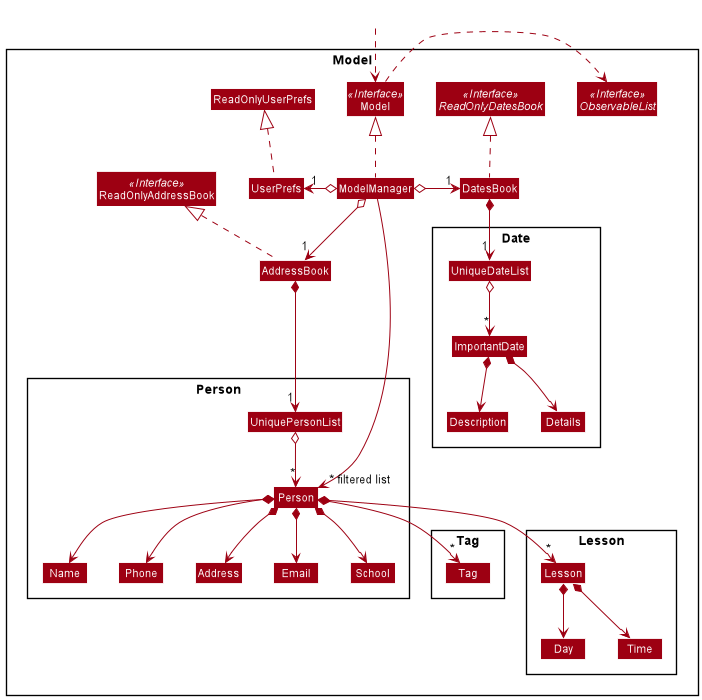
nus-cs2103-AY2021S2/tp keeps this PlantUML diagram as docs/images/ModelClassDiagram.png. Above is the earlier version.
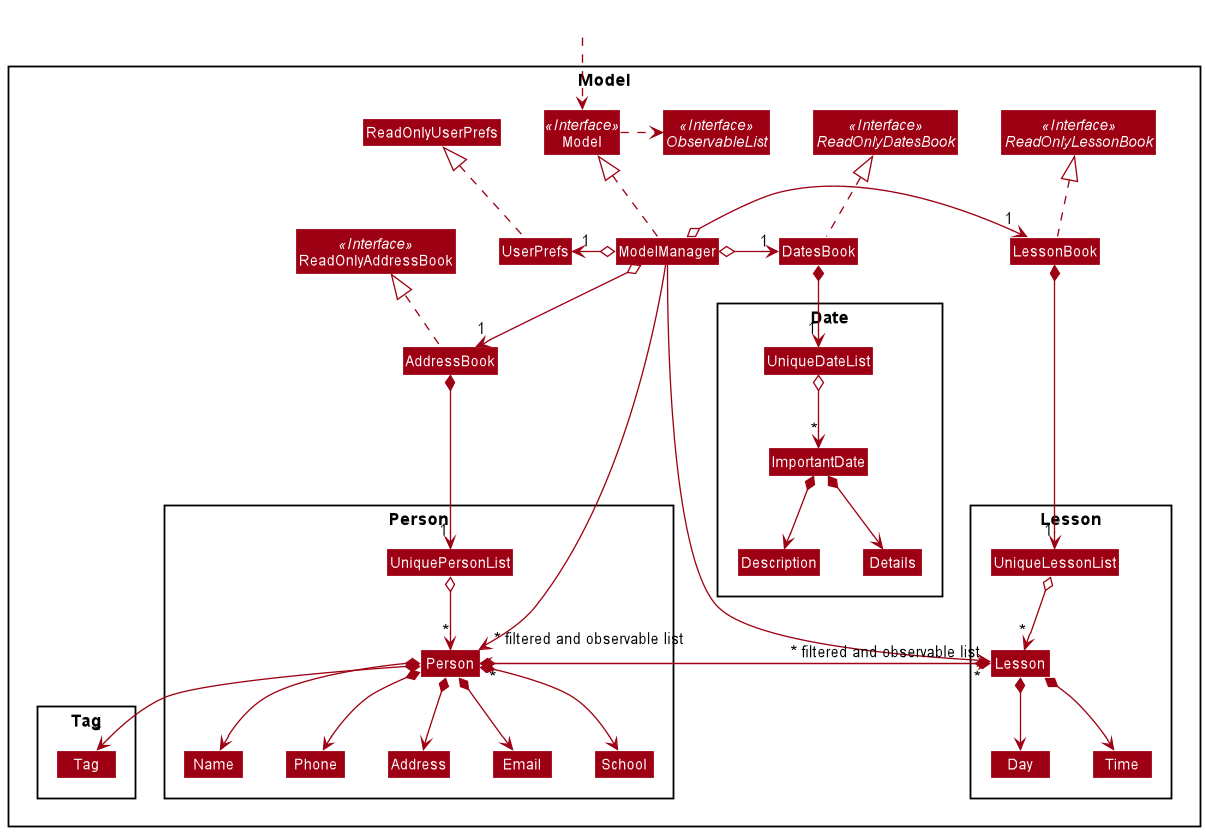
The same diagram one commit later.

Commit message:
Update Model class diagram

Diff of the diagram source:
```diff
@@ -9,6 +9,7 @@
 Interface Model <<Interface>>
 Interface ObservableList <<Interface>>
 Interface ReadOnlyDatesBook <<Interface>>
+Interface ReadOnlyLessonBook <<Interface>>
 Class AddressBook
 Class ReadOnlyAddressBook
 Class Model
@@ -16,6 +17,7 @@
 Class UserPrefs
 Class ReadOnlyUserPrefs
 Class DatesBook
+Class LessonBook
 
 Package Person {
 Class Person
@@ -35,6 +37,7 @@
 Class Lesson
 Class Day
 Class Time
+Class UniqueLessonList
 }
 
 Package Date {
@@ -57,6 +60,8 @@
 UserPrefs .up.|> ReadOnlyUserPrefs
 ModelManager o-right-> "1" DatesBook
 DatesBook .up.|> ReadOnlyDatesBook
+ModelManager o-right-> "1" LessonBook
+LessonBook .up.|> ReadOnlyLessonBook
 
 AddressBook *--> "1" UniquePersonList
 UniquePersonList o--> "*" Person
@@ -67,8 +72,6 @@
 Person *--> School
 Person *--> "*" Tag
 Person *--> "*" Lesson
-Lesson *--> Day
-Lesson *--> Time
 
 Name -[hidden]right-> Phone
 Phone -[hidden]right-> Address
@@ -79,5 +82,12 @@
 ImportantDate *--> Description
 ImportantDate *--> Details
 
-ModelManager ----->" ~* filtered list" Person
+LessonBook *--> "1" UniqueLessonList
+UniqueLessonList o--> "*" Lesson
+Lesson *--> Day
+Lesson *--> Time
+Lesson *--> "*" Person
+
+ModelManager ----->" ~* filtered and observable list" Person
+ModelManager ----->" ~* filtered and observable list" Lesson
 @enduml
```
